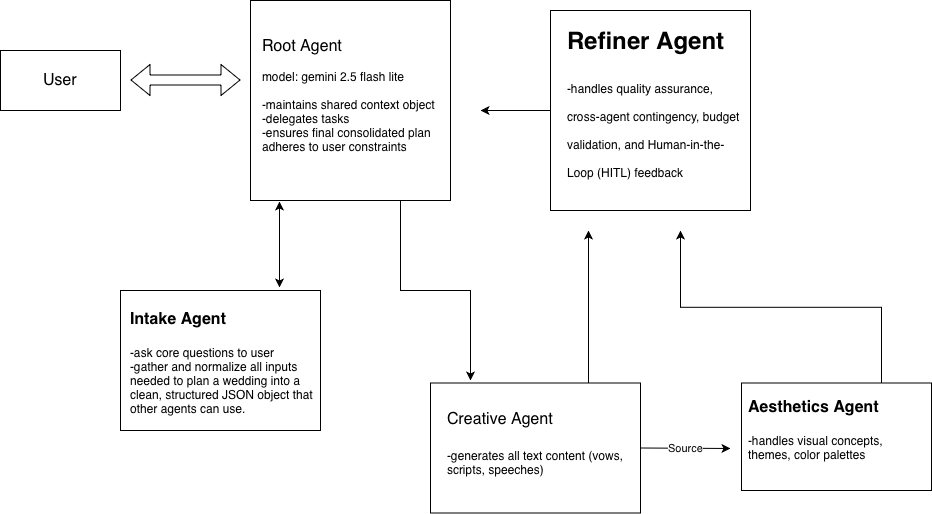
Above: wedding_agent/Wedding Agent.drawio.png in GaemiStudio/Agent-EverAfter-Engine (draw.io), before the change. Source tidied: cells renumbered, new cells last; positions are measured from the earlier drawing's top-left corner, leaving out a move shared by most shapes.
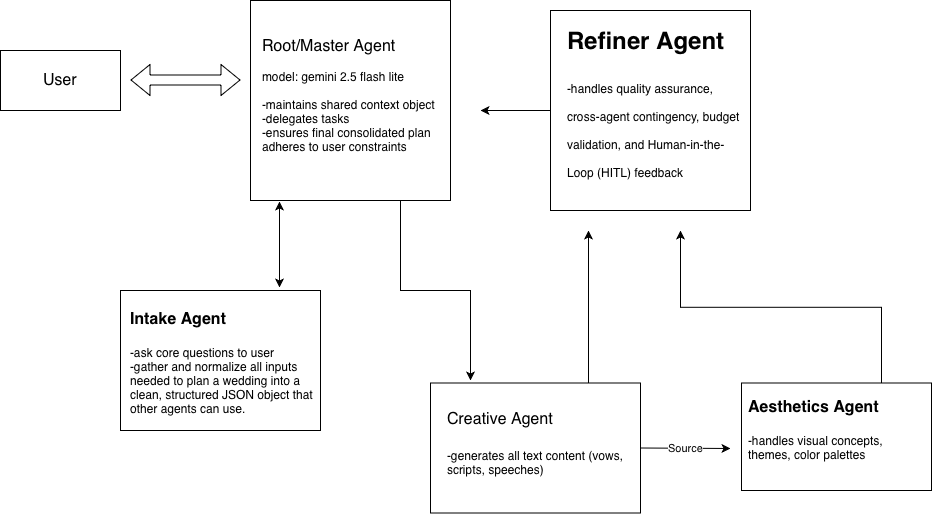
The same diagram one commit later.

What changed in the source:
```diff
@@ -10,7 +10,7 @@
     <mxCell id="3" style="whiteSpace=wrap;html=1;" parent="1" vertex="1">
       <mxGeometry x="250" width="200" height="200" as="geometry" />
     </mxCell>
-    <mxCell id="4" value="&lt;font style=&quot;font-size: 16px;&quot;&gt;Root Agent&lt;/font&gt;&lt;div&gt;&lt;br&gt;&lt;/div&gt;&lt;div&gt;model: gemini 2.5 flash lite&lt;/div&gt;&lt;div&gt;&lt;br&gt;&lt;/div&gt;&lt;div&gt;-maintains shared context object&lt;/div&gt;&lt;div&gt;-delegates tasks&lt;/div&gt;&lt;div&gt;-ensures final consolidated plan adheres to user constraints&lt;/div&gt;" style="text;html=1;whiteSpace=wrap;overflow=hidden;rounded=0;labelBackgroundColor=light-dark(default, #ffffff);" parent="1" vertex="1">
+    <mxCell id="4" value="&lt;font style=&quot;font-size: 16px;&quot;&gt;Root/Master Agent&lt;/font&gt;&lt;div&gt;&lt;br&gt;&lt;/div&gt;&lt;div&gt;model: gemini 2.5 flash lite&lt;/div&gt;&lt;div&gt;&lt;br&gt;&lt;/div&gt;&lt;div&gt;-maintains shared context object&lt;/div&gt;&lt;div&gt;-delegates tasks&lt;/div&gt;&lt;div&gt;-ensures final consolidated plan adheres to user constraints&lt;/div&gt;" style="text;html=1;whiteSpace=wrap;overflow=hidden;rounded=0;labelBackgroundColor=light-dark(default, #ffffff);" parent="1" vertex="1">
       <mxGeometry x="260" y="30" width="180" height="150" as="geometry" />
     </mxCell>
     <mxCell id="5" style="edgeStyle=orthogonalEdgeStyle;rounded=0;jettySize=auto;html=1;exitX=0.75;exitY=0;exitDx=0;exitDy=0;" parent="1" edge="1" source="6">
```
